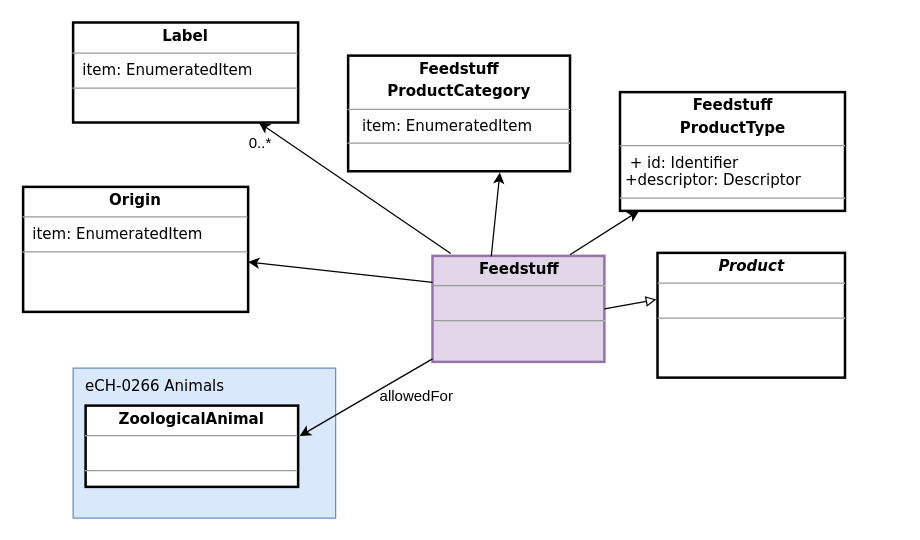
Above: src/eCH-0263__1_0__betriebsmittel_feedstuff.drawio in blw-ofag-ufag/eCH-0263 (draw.io), before the change. Source tidied: cells renumbered, new cells numbered last; positions are measured from the earlier drawing's top-left corner, leaving out a move shared by most shapes. Both pictures are drawn from the tidied source at 125%, with x=0, y=0 at pixel (22, 22).
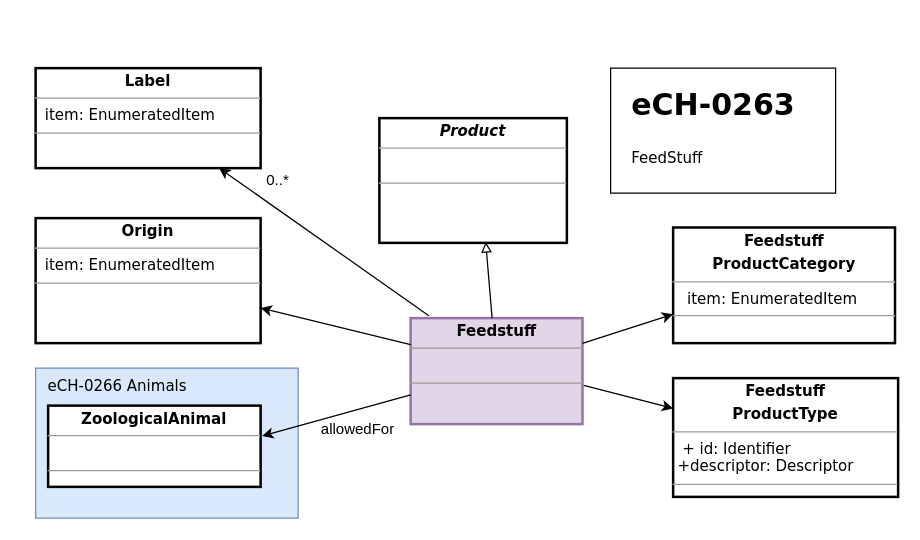
The same page after the edit.

What changed in the source:
```diff
@@
     <mxCell id="2" value="&lt;p style=&quot;margin:0px;margin-top:4px;text-align:center;&quot;&gt;&lt;b&gt;Feedstuff&lt;/b&gt;&lt;/p&gt;&lt;hr size=&quot;1&quot;&gt;&lt;p style=&quot;margin:0px;margin-left:4px;&quot;&gt;&amp;nbsp;&lt;br&gt;&lt;/p&gt;&lt;p style=&quot;margin:0px;margin-left:4px;&quot;&gt;&lt;/p&gt;&lt;hr size=&quot;1&quot;&gt;&lt;p style=&quot;margin:0px;margin-left:4px;&quot;&gt;&lt;br&gt;&lt;/p&gt;" style="verticalAlign=top;align=left;overflow=fill;fontSize=12;fontFamily=Verdana;html=1;sketch=0;strokeWidth=2;fillColor=#e1d5e7;strokeColor=#9673a6;" parent="1" vertex="1">
-      <mxGeometry x="327.5" y="186.2" width="137.5" height="84.8" as="geometry" />
+      <mxGeometry x="310" y="236" width="137.5" height="84.8" as="geometry" />
     </mxCell>
     <mxCell id="3" value="&lt;p style=&quot;margin:0px;margin-top:4px;text-align:center;&quot;&gt;&lt;b&gt;Origin&lt;/b&gt;&lt;/p&gt;&lt;hr size=&quot;1&quot;&gt;&lt;p style=&quot;margin:0px;margin-left:4px;&quot;&gt;&amp;nbsp;item: EnumeratedItem&lt;br&gt;&lt;/p&gt;&lt;hr size=&quot;1&quot;&gt;&lt;p style=&quot;margin:0px;margin-left:4px;&quot;&gt;&lt;br&gt;&lt;/p&gt;" style="verticalAlign=top;align=left;overflow=fill;fontSize=12;fontFamily=Verdana;html=1;sketch=0;strokeWidth=2;" parent="1" vertex="1">
-      <mxGeometry y="131" width="180" height="100" as="geometry" />
+      <mxGeometry x="10" y="156" width="180" height="100" as="geometry" />
     </mxCell>
@@
     <mxCell id="5" value="&lt;p style=&quot;margin:0px;margin-top:4px;text-align:center;&quot;&gt;&lt;b&gt;Label&lt;/b&gt;&lt;/p&gt;&lt;hr size=&quot;1&quot;&gt;&lt;p style=&quot;margin:0px;margin-left:4px;&quot;&gt;&amp;nbsp;item: EnumeratedItem&lt;br&gt;&lt;/p&gt;&lt;hr size=&quot;1&quot;&gt;&lt;p style=&quot;margin:0px;margin-left:4px;&quot;&gt;&lt;br&gt;&lt;/p&gt;" style="verticalAlign=top;align=left;overflow=fill;fontSize=12;fontFamily=Verdana;html=1;sketch=0;strokeWidth=2;" parent="1" vertex="1">
-      <mxGeometry x="40" y="-0.5" width="180" height="80" as="geometry" />
+      <mxGeometry x="10" y="36" width="180" height="80" as="geometry" />
     </mxCell>
@@
     <mxCell id="7" value="0..*" style="text;html=1;strokeColor=none;fillColor=none;align=center;verticalAlign=middle;whiteSpace=wrap;rounded=0;" parent="1" vertex="1">
-      <mxGeometry x="160" y="81" width="60" height="30" as="geometry" />
+      <mxGeometry x="174" y="111" width="60" height="30" as="geometry" />
     </mxCell>
     <mxCell id="8" value="&lt;p style=&quot;margin:0px;margin-top:4px;text-align:center;&quot;&gt;&lt;b style=&quot;background-color: initial;&quot;&gt;Feedstuff&lt;/b&gt;&lt;/p&gt;&lt;p style=&quot;margin:0px;margin-top:4px;text-align:center;&quot;&gt;&lt;b style=&quot;background-color: initial;&quot;&gt;ProductType&lt;/b&gt;&lt;br&gt;&lt;/p&gt;&lt;hr size=&quot;1&quot;&gt;&lt;p style=&quot;margin:0px;margin-left:4px;&quot;&gt;&amp;nbsp;+ id: Identifier&lt;br&gt;&lt;/p&gt;&lt;p style=&quot;margin:0px;margin-left:4px;&quot;&gt;+descriptor: Descriptor&lt;/p&gt;&lt;hr size=&quot;1&quot;&gt;&lt;p style=&quot;margin:0px;margin-left:4px;&quot;&gt;&lt;br&gt;&lt;/p&gt;" style="verticalAlign=top;align=left;overflow=fill;fontSize=12;fontFamily=Verdana;html=1;sketch=0;strokeWidth=2;" parent="1" vertex="1">
-      <mxGeometry x="477.5" y="55.2" width="180" height="95" as="geometry" />
+      <mxGeometry x="520" y="284" width="180" height="95" as="geometry" />
     </mxCell>
     <mxCell id="9" value="&lt;p style=&quot;margin:0px;margin-top:4px;text-align:center;&quot;&gt;&lt;b style=&quot;background-color: initial;&quot;&gt;Feedstuff&lt;/b&gt;&lt;/p&gt;&lt;p style=&quot;margin:0px;margin-top:4px;text-align:center;&quot;&gt;&lt;b style=&quot;background-color: initial;&quot;&gt;ProductCategory&lt;/b&gt;&lt;br&gt;&lt;/p&gt;&lt;hr size=&quot;1&quot;&gt;&lt;p style=&quot;margin:0px;margin-left:4px;&quot;&gt;&amp;nbsp; item: EnumeratedItem&lt;br&gt;&lt;/p&gt;&lt;hr size=&quot;1&quot;&gt;&lt;p style=&quot;margin:0px;margin-left:4px;&quot;&gt;&lt;br&gt;&lt;/p&gt;" style="verticalAlign=top;align=left;overflow=fill;fontSize=12;fontFamily=Verdana;html=1;sketch=0;strokeWidth=2;" parent="1" vertex="1">
-      <mxGeometry x="260" y="26" width="177.5" height="92.5" as="geometry" />
+      <mxGeometry x="520" y="163.5" width="177.5" height="92.5" as="geometry" />
     </mxCell>
-    <mxCell id="10" style="endArrow=classic;html=1;sketch=0;fontFamily=Verdana;curved=1;exitX=0.8;exitY=-0.011;exitDx=0;exitDy=0;exitPerimeter=0;" parent="1" edge="1" source="2" target="8">
+    <mxCell id="10" style="endArrow=classic;html=1;sketch=0;fontFamily=Verdana;curved=1;exitX=1.007;exitY=0.634;exitDx=0;exitDy=0;exitPerimeter=0;" parent="1" edge="1" source="2" target="8">
       <mxGeometry relative="1" as="geometry" />
     </mxCell>
-    <mxCell id="11" style="endArrow=classic;html=1;sketch=0;fontFamily=Verdana;curved=1;exitX=0.342;exitY=0.004;exitDx=0;exitDy=0;exitPerimeter=0;entryX=0.684;entryY=1.011;entryDx=0;entryDy=0;entryPerimeter=0;" parent="1" edge="1" source="2" target="9">
+    <mxCell id="11" style="endArrow=classic;html=1;sketch=0;fontFamily=Verdana;curved=1;entryX=0;entryY=0.75;entryDx=0;entryDy=0;" parent="1" edge="1" source="2" target="9">
       <mxGeometry relative="1" as="geometry" />
     </mxCell>
     <mxCell id="12" value="allowedFor" style="text;html=1;strokeColor=none;fillColor=none;align=center;verticalAlign=middle;whiteSpace=wrap;rounded=0;" parent="1" vertex="1">
-      <mxGeometry x="285" y="283.5" width="60" height="30" as="geometry" />
+      <mxGeometry x="238" y="309.5" width="60" height="30" as="geometry" />
     </mxCell>
     <mxCell id="13" style="rounded=0;whiteSpace=wrap;html=1;fillColor=#dae8fc;strokeColor=#6c8ebf;fontFamily=Verdana;" parent="1" vertex="1">
-      <mxGeometry x="40" y="276" width="210" height="120" as="geometry" />
+      <mxGeometry x="10" y="276" width="210" height="120" as="geometry" />
     </mxCell>
     <mxCell id="14" value="eCH-0266 Animals" style="text;html=1;strokeColor=none;fillColor=none;align=left;verticalAlign=middle;whiteSpace=wrap;rounded=0;strokeWidth=2;fontFamily=Verdana;" parent="1" vertex="1">
-      <mxGeometry x="48" y="276" width="140" height="30" as="geometry" />
+      <mxGeometry x="18" y="276" width="140" height="30" as="geometry" />
     </mxCell>
     <mxCell id="15" value="&lt;p style=&quot;margin:0px;margin-top:4px;text-align:center;&quot;&gt;&lt;b&gt;ZoologicalAnimal&lt;/b&gt;&lt;/p&gt;&lt;hr size=&quot;1&quot;&gt;&lt;p style=&quot;margin:0px;margin-left:4px;&quot;&gt;&amp;nbsp;&amp;nbsp;&lt;br&gt;&lt;/p&gt;&lt;hr size=&quot;1&quot;&gt;&lt;p style=&quot;margin:0px;margin-left:4px;&quot;&gt;&lt;br&gt;&lt;/p&gt;" style="verticalAlign=top;align=left;overflow=fill;fontSize=12;fontFamily=Verdana;html=1;sketch=0;strokeWidth=2;" parent="1" vertex="1">
-      <mxGeometry x="50" y="306" width="170" height="65" as="geometry" />
+      <mxGeometry x="20" y="306" width="170" height="65" as="geometry" />
     </mxCell>
@@
     <mxCell id="17" value="&lt;p style=&quot;margin:0px;margin-top:4px;text-align:center;&quot;&gt;&lt;b&gt;&lt;i&gt;Product&lt;/i&gt;&lt;/b&gt;&lt;/p&gt;&lt;hr size=&quot;1&quot;&gt;&lt;p style=&quot;margin:0px;margin-left:4px;&quot;&gt;&lt;br&gt;&lt;/p&gt;&lt;hr size=&quot;1&quot;&gt;&lt;p style=&quot;margin:0px;margin-left:4px;&quot;&gt;&lt;br&gt;&lt;/p&gt;" style="verticalAlign=top;align=left;overflow=fill;fontSize=12;fontFamily=Verdana;html=1;sketch=0;strokeWidth=2;" parent="1" vertex="1">
-      <mxGeometry x="507.5" y="183.8" width="150" height="99.8" as="geometry" />
+      <mxGeometry x="285" y="76" width="150" height="99.8" as="geometry" />
     </mxCell>
-    <mxCell id="18" style="endArrow=block;html=1;sketch=0;fontFamily=Verdana;curved=1;endFill=0;entryX=-0.006;entryY=0.374;entryDx=0;entryDy=0;exitX=1;exitY=0.5;exitDx=0;exitDy=0;entryPerimeter=0;" parent="1" edge="1" source="2" target="17">
+    <mxCell id="18" style="endArrow=block;html=1;sketch=0;fontFamily=Verdana;curved=1;endFill=0;entryX=0.567;entryY=0.992;entryDx=0;entryDy=0;entryPerimeter=0;" parent="1" edge="1" source="2" target="17">
       <mxGeometry relative="1" as="geometry" />
     </mxCell>
+    <mxCell id="19" style="rounded=0;whiteSpace=wrap;html=1;" parent="1" vertex="1">
+      <mxGeometry x="470" y="36" width="180" height="100" as="geometry" />
+    </mxCell>
+    <mxCell id="20" value="&lt;h1&gt;&lt;span style=&quot;background-color: initial;&quot;&gt;eCH-0263&lt;/span&gt;&lt;/h1&gt;&lt;div&gt;&lt;br&gt;&lt;/div&gt;" style="text;html=1;strokeColor=none;fillColor=none;spacing=5;spacingTop=-20;whiteSpace=wrap;overflow=hidden;rounded=0;strokeWidth=2;fontFamily=Verdana;" parent="1" vertex="1">
+      <mxGeometry x="481.5" y="46" width="163.3" height="80" as="geometry" />
+    </mxCell>
+    <mxCell id="21" value="FeedStuff" style="text;html=1;strokeColor=none;fillColor=none;align=left;verticalAlign=middle;whiteSpace=wrap;rounded=0;strokeWidth=2;fontFamily=Verdana;" parent="1" vertex="1">
+      <mxGeometry x="484.8" y="92.5" width="160" height="30" as="geometry" />
+    </mxCell>
```
